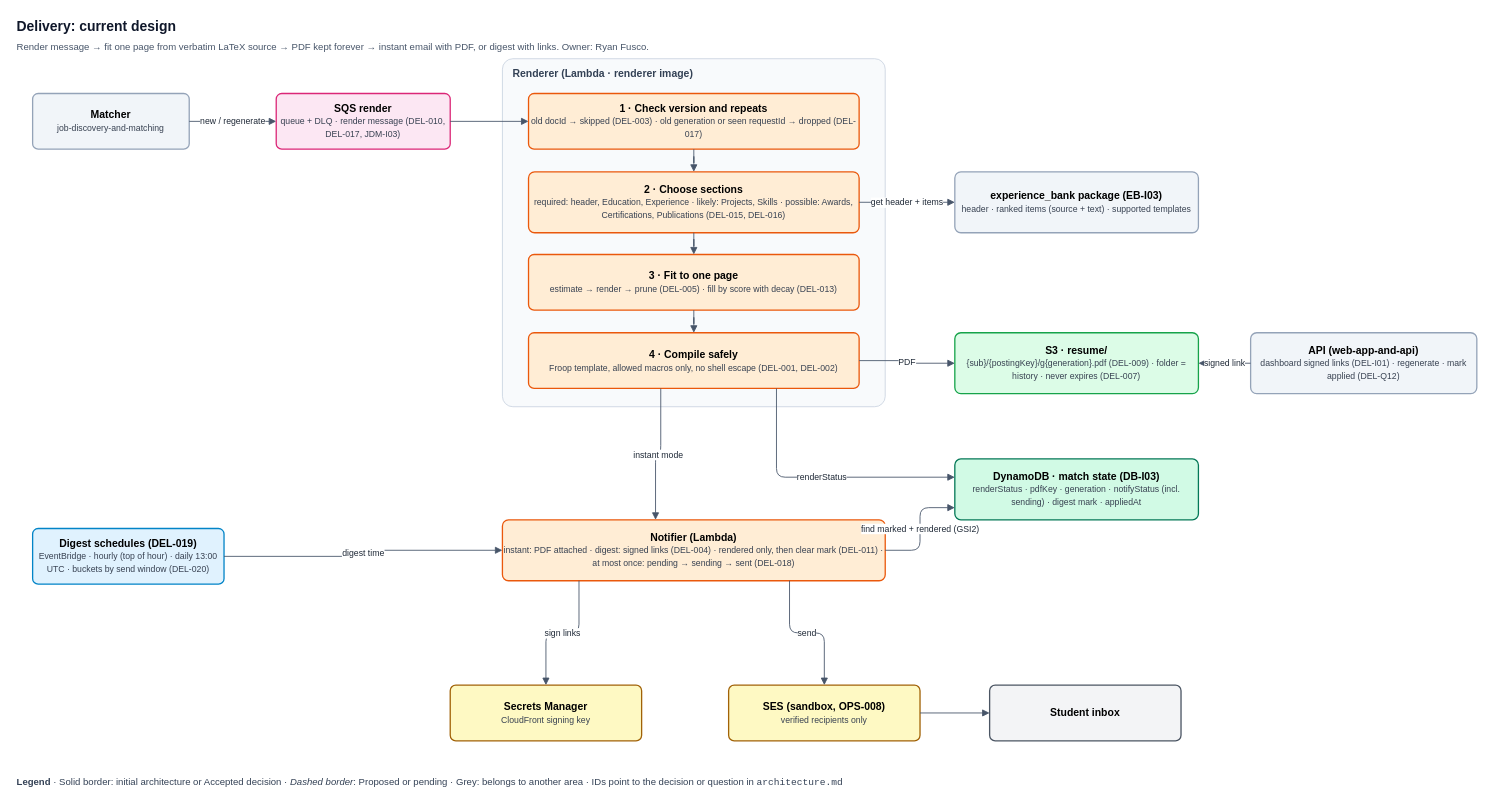
lukeacampbell/Froop keeps this draw.io diagram as planning/architecture/delivery/architecture.drawio. Above is the earlier version. Source tidied: cells renumbered, new cells numbered last; positions are measured from the earlier drawing's top-left corner, leaving out a move shared by most shapes. Both pictures are drawn from the tidied source at 87%, with x=0, y=0 at pixel (15, 15).
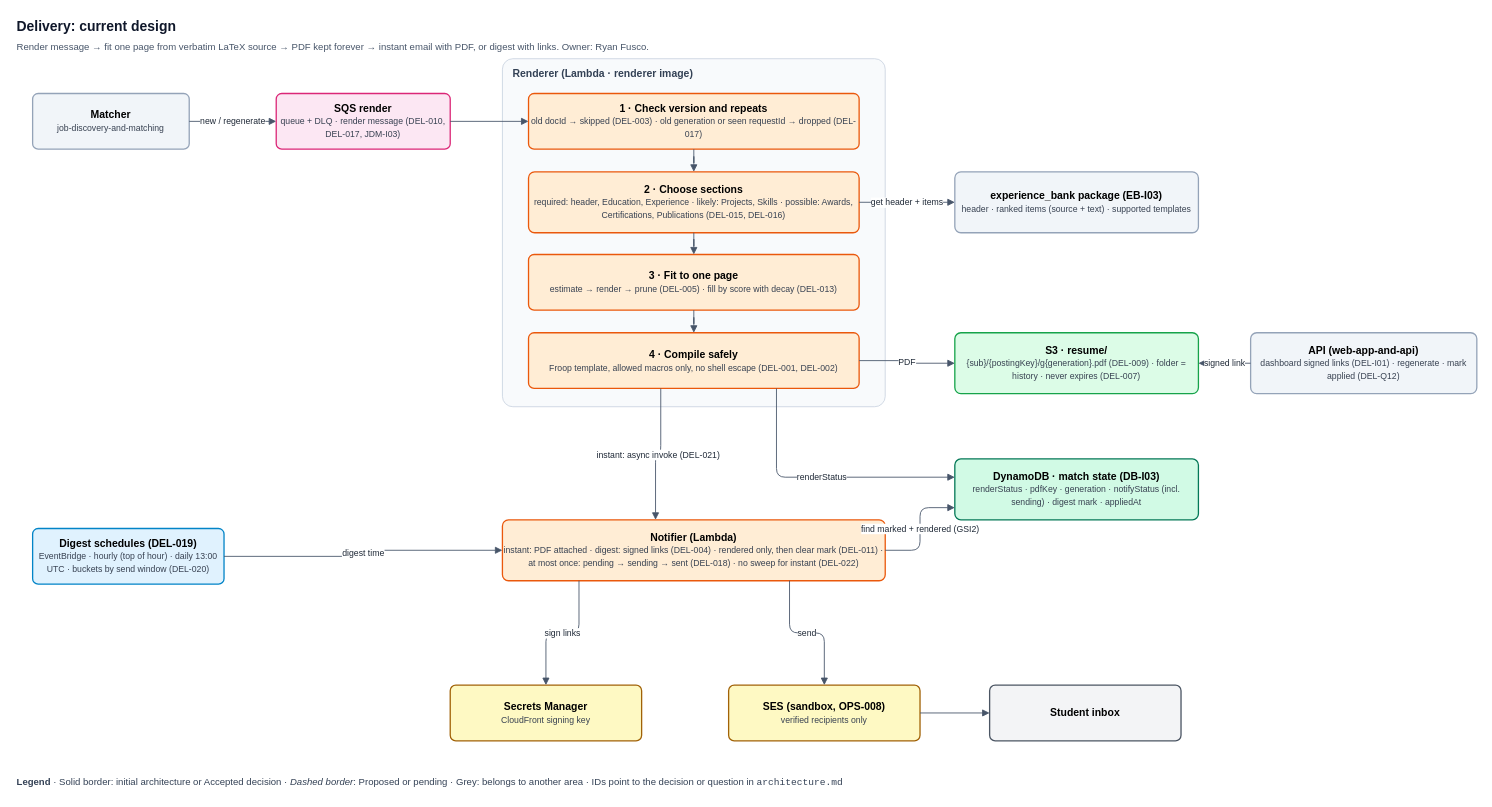
The same diagram, later.

The change refers to these unchanged cells:
```xml
<mxCell id="10" value="&lt;b&gt;4 · Compile safely&lt;/b&gt;&lt;br&gt;&lt;font style='font-size:10px' color='#374151'&gt;Froop template, allowed macros only, no shell escape (DEL-001, DEL-002)&lt;/font&gt;" style="rounded=1;whiteSpace=wrap;html=1;arcSize=10;fillColor=#FFEDD5;strokeColor=#EA580C;fontSize=12;strokeWidth=1.5;" parent="1" vertex="1">
  <mxGeometry x="590" y="365" width="380" height="64" as="geometry" />
</mxCell>
```

What changed in the source:
```diff
@@
-    <mxCell id="16" value="&lt;b&gt;Notifier (Lambda)&lt;/b&gt;&lt;br&gt;&lt;font style='font-size:10px' color='#374151'&gt;instant: PDF attached · digest: signed links (DEL-004) · rendered only, then clear mark (DEL-011) · at most once: pending → sending → sent (DEL-018)&lt;/font&gt;" style="rounded=1;whiteSpace=wrap;html=1;arcSize=10;fillColor=#FFEDD5;strokeColor=#EA580C;fontSize=12;strokeWidth=1.5;" parent="1" vertex="1">
+    <mxCell id="16" value="&lt;b&gt;Notifier (Lambda)&lt;/b&gt;&lt;br&gt;&lt;font style='font-size:10px' color='#374151'&gt;instant: PDF attached · digest: signed links (DEL-004) · rendered only, then clear mark (DEL-011) · at most once: pending → sending → sent (DEL-018) · no sweep for instant (DEL-022)&lt;/font&gt;" style="rounded=1;whiteSpace=wrap;html=1;arcSize=10;fillColor=#FFEDD5;strokeColor=#EA580C;fontSize=12;strokeWidth=1.5;" parent="1" vertex="1">
       <mxGeometry x="560" y="580" width="440" height="70" as="geometry" />
     </mxCell>
@@
-    <mxCell id="28" value="instant mode" style="edgeStyle=orthogonalEdgeStyle;rounded=1;jettySize=auto;html=1;endArrow=block;endFill=1;strokeColor=#475569;fontSize=10;fontColor=#1F2937;labelBackgroundColor=#FFFFFF;exitX=0.4;exitY=1;exitDx=0;exitDy=0;entryX=0.4;entryY=0;entryDx=0;entryDy=0;" parent="1" edge="1" source="10" target="16">
+    <mxCell id="28" value="instant: async invoke (DEL-021)" style="edgeStyle=orthogonalEdgeStyle;rounded=1;jettySize=auto;html=1;endArrow=block;endFill=1;strokeColor=#475569;fontSize=10;fontColor=#1F2937;labelBackgroundColor=#FFFFFF;exitX=0.4;exitY=1;exitDx=0;exitDy=0;entryX=0.4;entryY=0;entryDx=0;entryDy=0;" parent="1" edge="1" source="10" target="16">
       <mxGeometry relative="1" as="geometry" />
     </mxCell>
```
